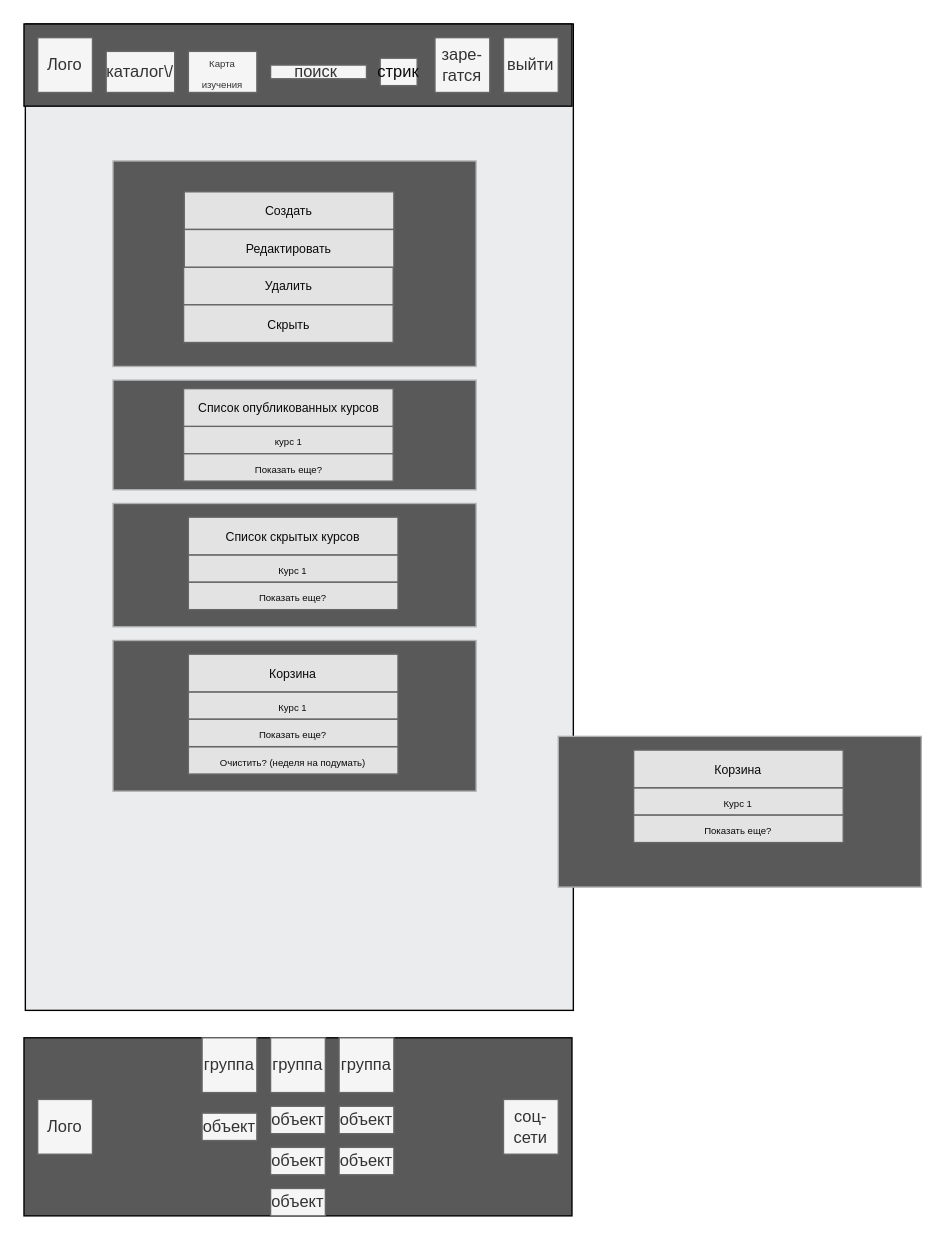
Earlier version of the draw.io diagram page "Менеджер курсов" (10 of 10) of planing/Wireframe/Wireframe.drawio (Konfermat/diploma-project). Source tidied: cells renumbered, new cells numbered last; positions are measured from the earlier drawing's top-left corner, leaving out a move shared by most shapes. Both pictures are drawn from the tidied source at 137%, with x=0, y=0 at pixel (23, 23).
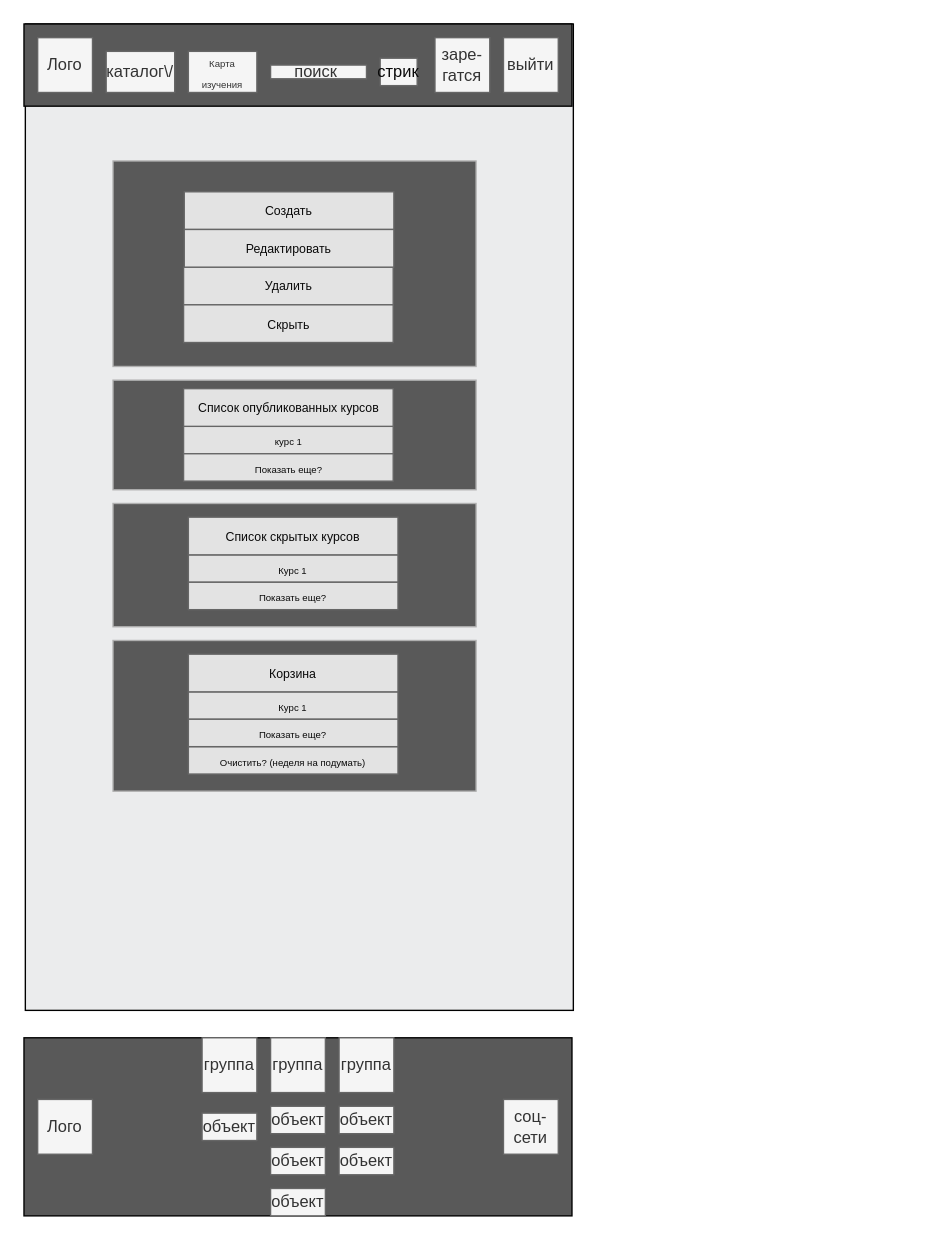
Above is the later version.

What changed in the source:
```diff
@@
-    <mxCell id="48" style="group;" parent="1" vertex="1">
-      <mxGeometry x="390" y="520" width="265" height="110" as="geometry" />
-    </mxCell>
-    <mxCell id="49" value="&amp;nbsp; &amp;nbsp; " style="whiteSpace=wrap;html=1;strokeColor=#B0B0B0;fillColor=#595959;gradientColor=none;" parent="48" vertex="1">
-      <mxGeometry width="265" height="110" as="geometry" />
-    </mxCell>
-    <mxCell id="50" style="group;" parent="48" vertex="1">
-      <mxGeometry x="55" y="10" width="153" height="67.5" as="geometry" />
-    </mxCell>
-    <mxCell id="51" value="&lt;font color=&quot;#0a0a0a&quot; style=&quot;font-size: 7px&quot;&gt;Курс 1&lt;/font&gt;" style="whiteSpace=wrap;html=1;strokeColor=#666666;fillColor=#E3E3E3;fontColor=#333333;" parent="50" vertex="1">
-      <mxGeometry y="27.5" width="153" height="20" as="geometry" />
-    </mxCell>
-    <mxCell id="52" value="&lt;font color=&quot;#0a0a0a&quot; style=&quot;font-size: 7px&quot;&gt;Показать еще?&lt;/font&gt;" style="whiteSpace=wrap;html=1;strokeColor=#666666;fillColor=#E3E3E3;fontColor=#333333;" parent="50" vertex="1">
-      <mxGeometry y="47.5" width="153" height="20" as="geometry" />
-    </mxCell>
-    <mxCell id="53" value="&lt;font color=&quot;#0a0a0a&quot; style=&quot;font-size: 9px&quot;&gt;Корзина&lt;br&gt;&lt;/font&gt;" style="whiteSpace=wrap;html=1;strokeColor=#666666;fillColor=#E3E3E3;fontColor=#333333;" parent="50" vertex="1">
-      <mxGeometry width="153" height="27.5" as="geometry" />
-    </mxCell>
```
